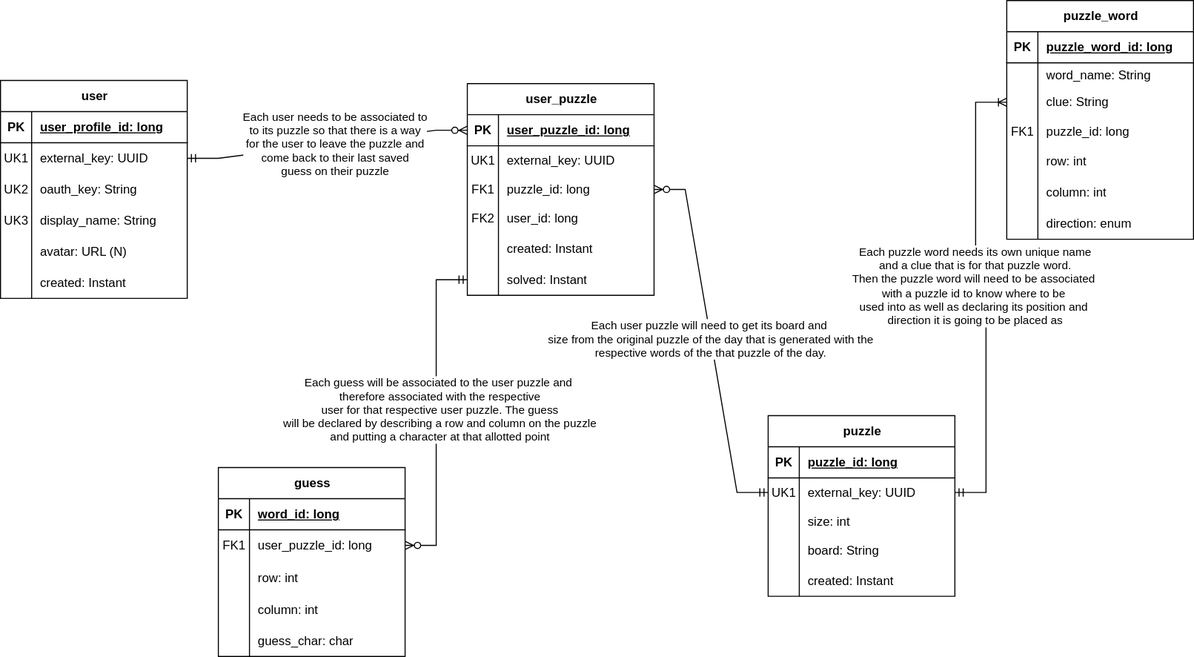
Earlier version of the draw.io export docs/img/CrossFyre-ERD.svg (ddc-java-21/crossfyre). Source tidied: cells renumbered, new cells last; positions are measured from the earlier drawing's top-left corner, leaving out a move shared by most shapes.
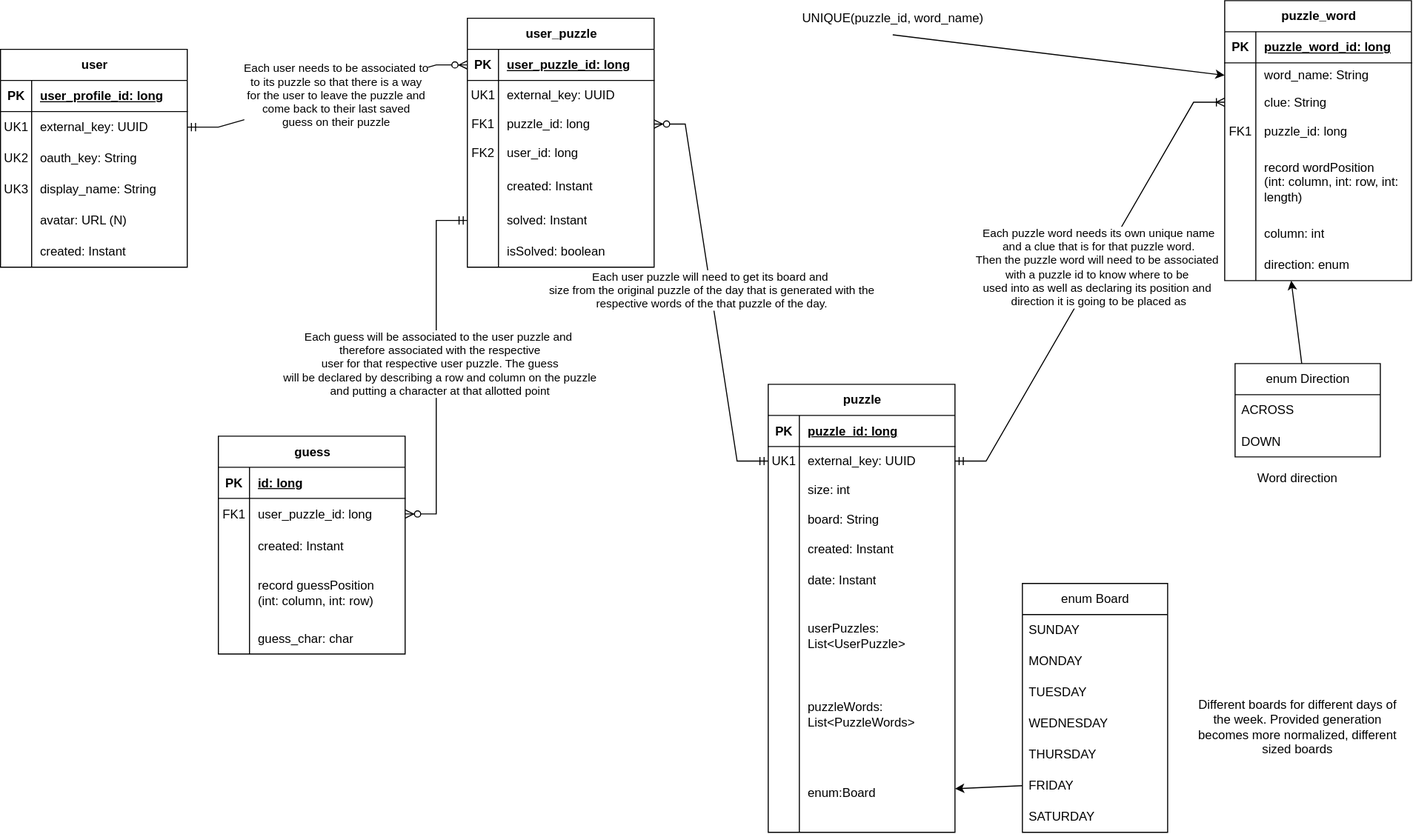
After the change.

Diff of the diagram source:
```diff
@@ -60,7 +60,7 @@
       <mxGeometry x="30" width="150" height="30" as="geometry" />
     </mxCell>
     <mxCell id="21" value="user_puzzle" style="shape=table;startSize=30;rowLines=0;fontStyle=1;align=center;html=1;" parent="1" vertex="1">
-      <mxGeometry x="450" y="80" width="180" height="204" as="geometry" />
+      <mxGeometry x="450" y="47" width="180" height="240" as="geometry" />
     </mxCell>
     <mxCell id="22" style="shape=tableRow;horizontal=0;startSize=0;swimlaneHead=0;swimlaneBody=0;fillColor=none;points=[[0,0.5],[1,0.5]];portConstraint=eastwest;top=0;left=0;right=0;bottom=1;" parent="21" vertex="1">
       <mxGeometry y="30" width="180" height="30" as="geometry" />
@@ -99,16 +99,16 @@
       <mxGeometry x="30" width="150" height="28" as="geometry" />
     </mxCell>
     <mxCell id="34" style="shape=tableRow;horizontal=0;startSize=0;swimlaneHead=0;swimlaneBody=0;fillColor=none;top=0;left=0;right=0;bottom=0;" parent="21" vertex="1">
-      <mxGeometry y="144" width="180" height="30" as="geometry" />
+      <mxGeometry y="144" width="180" height="36" as="geometry" />
     </mxCell>
     <mxCell id="35" style="shape=partialRectangle;fillColor=none;top=0;left=0;bottom=0;right=0;overflow=hidden;whiteSpace=wrap;html=1;" parent="34" vertex="1">
-      <mxGeometry width="30" height="30" as="geometry" />
+      <mxGeometry width="30" height="36" as="geometry" />
     </mxCell>
     <mxCell id="36" value="created: Instant" style="shape=partialRectangle;fillColor=none;top=0;left=0;bottom=0;right=0;align=left;spacingLeft=6;overflow=hidden;whiteSpace=wrap;html=1;" parent="34" vertex="1">
-      <mxGeometry x="30" width="150" height="30" as="geometry" />
+      <mxGeometry x="30" width="150" height="36" as="geometry" />
     </mxCell>
     <mxCell id="37" style="shape=tableRow;horizontal=0;startSize=0;swimlaneHead=0;swimlaneBody=0;fillColor=none;points=[[0,0.5],[1,0.5]];portConstraint=eastwest;top=0;left=0;right=0;bottom=0;" parent="21" vertex="1">
-      <mxGeometry y="174" width="180" height="30" as="geometry" />
+      <mxGeometry y="180" width="180" height="30" as="geometry" />
     </mxCell>
     <mxCell id="38" style="shape=partialRectangle;fillColor=none;top=0;left=0;bottom=0;right=0;overflow=hidden;whiteSpace=wrap;html=1;" parent="37" vertex="1">
       <mxGeometry width="30" height="30" as="geometry" />
@@ -116,8 +116,17 @@
     <mxCell id="39" value="solved: Instant" style="shape=partialRectangle;fillColor=none;top=0;left=0;bottom=0;right=0;align=left;spacingLeft=6;overflow=hidden;whiteSpace=wrap;html=1;" parent="37" vertex="1">
       <mxGeometry x="30" width="150" height="30" as="geometry" />
     </mxCell>
+    <mxCell id="102" style="shape=tableRow;horizontal=0;startSize=0;swimlaneHead=0;swimlaneBody=0;fillColor=none;top=0;left=0;right=0;bottom=0;" parent="21" vertex="1">
+      <mxGeometry y="210" width="180" height="30" as="geometry" />
+    </mxCell>
+    <mxCell id="103" style="shape=partialRectangle;fillColor=none;top=0;left=0;bottom=0;right=0;overflow=hidden;whiteSpace=wrap;html=1;" parent="102" vertex="1">
+      <mxGeometry width="30" height="30" as="geometry" />
+    </mxCell>
+    <mxCell id="104" value="isSolved: boolean" style="shape=partialRectangle;fillColor=none;top=0;left=0;bottom=0;right=0;align=left;spacingLeft=6;overflow=hidden;whiteSpace=wrap;html=1;" parent="102" vertex="1">
+      <mxGeometry x="30" width="150" height="30" as="geometry" />
+    </mxCell>
     <mxCell id="40" value="guess" style="shape=table;startSize=30;rowLines=0;fontStyle=1;align=center;html=1;" parent="1" vertex="1">
-      <mxGeometry x="210" y="450" width="180" height="182" as="geometry" />
+      <mxGeometry x="210" y="450" width="180" height="210" as="geometry" />
     </mxCell>
     <mxCell id="41" style="shape=tableRow;horizontal=0;startSize=0;swimlaneHead=0;swimlaneBody=0;fillColor=none;top=0;left=0;right=0;bottom=1;" parent="40" vertex="1">
       <mxGeometry y="30" width="180" height="30" as="geometry" />
@@ -125,7 +134,7 @@
     <mxCell id="42" value="PK" style="shape=partialRectangle;fillColor=none;top=0;left=0;bottom=0;right=0;fontStyle=1;overflow=hidden;whiteSpace=wrap;html=1;" parent="41" vertex="1">
       <mxGeometry width="30" height="30" as="geometry" />
     </mxCell>
-    <mxCell id="43" value="word_id: long" style="shape=partialRectangle;fillColor=none;top=0;left=0;bottom=0;right=0;align=left;spacingLeft=6;fontStyle=5;overflow=hidden;whiteSpace=wrap;html=1;" parent="41" vertex="1">
+    <mxCell id="43" value="id: long" style="shape=partialRectangle;fillColor=none;top=0;left=0;bottom=0;right=0;align=left;spacingLeft=6;fontStyle=5;overflow=hidden;whiteSpace=wrap;html=1;" parent="41" vertex="1">
       <mxGeometry x="30" width="150" height="30" as="geometry" />
     </mxCell>
     <mxCell id="44" style="shape=tableRow;horizontal=0;startSize=0;swimlaneHead=0;swimlaneBody=0;fillColor=none;points=[[0,0.5],[1,0.5]];portConstraint=eastwest;top=0;left=0;right=0;bottom=0;" parent="40" vertex="1">
@@ -143,20 +152,20 @@
     <mxCell id="48" style="shape=partialRectangle;fillColor=none;top=0;left=0;bottom=0;right=0;overflow=hidden;whiteSpace=wrap;html=1;" parent="47" vertex="1">
       <mxGeometry width="30" height="32" as="geometry" />
     </mxCell>
-    <mxCell id="49" value="row: int" style="shape=partialRectangle;fillColor=none;top=0;left=0;bottom=0;right=0;align=left;spacingLeft=6;overflow=hidden;whiteSpace=wrap;html=1;" parent="47" vertex="1">
+    <mxCell id="49" value="created: Instant" style="shape=partialRectangle;fillColor=none;top=0;left=0;bottom=0;right=0;align=left;spacingLeft=6;overflow=hidden;whiteSpace=wrap;html=1;" parent="47" vertex="1">
       <mxGeometry x="30" width="150" height="32" as="geometry" />
     </mxCell>
     <mxCell id="50" style="shape=tableRow;horizontal=0;startSize=0;swimlaneHead=0;swimlaneBody=0;fillColor=none;top=0;left=0;right=0;bottom=0;" parent="40" vertex="1">
-      <mxGeometry y="122" width="180" height="30" as="geometry" />
+      <mxGeometry y="122" width="180" height="58" as="geometry" />
     </mxCell>
     <mxCell id="51" style="shape=partialRectangle;fillColor=none;top=0;left=0;bottom=0;right=0;overflow=hidden;whiteSpace=wrap;html=1;" parent="50" vertex="1">
-      <mxGeometry width="30" height="30" as="geometry" />
+      <mxGeometry width="30" height="58" as="geometry" />
     </mxCell>
-    <mxCell id="52" value="column: int" style="shape=partialRectangle;fillColor=none;top=0;left=0;bottom=0;right=0;align=left;spacingLeft=6;overflow=hidden;whiteSpace=wrap;html=1;" parent="50" vertex="1">
-      <mxGeometry x="30" width="150" height="30" as="geometry" />
+    <mxCell id="52" value="record guessPosition&amp;nbsp;&lt;div&gt;(int: column, int: row)&lt;/div&gt;" style="shape=partialRectangle;fillColor=none;top=0;left=0;bottom=0;right=0;align=left;spacingLeft=6;overflow=hidden;whiteSpace=wrap;html=1;" parent="50" vertex="1">
+      <mxGeometry x="30" width="150" height="58" as="geometry" />
     </mxCell>
     <mxCell id="53" style="shape=tableRow;horizontal=0;startSize=0;swimlaneHead=0;swimlaneBody=0;fillColor=none;top=0;left=0;right=0;bottom=0;" parent="40" vertex="1">
-      <mxGeometry y="152" width="180" height="30" as="geometry" />
+      <mxGeometry y="180" width="180" height="30" as="geometry" />
     </mxCell>
     <mxCell id="54" style="shape=partialRectangle;fillColor=none;top=0;left=0;bottom=0;right=0;overflow=hidden;whiteSpace=wrap;html=1;" parent="53" vertex="1">
       <mxGeometry width="30" height="30" as="geometry" />
@@ -165,7 +174,7 @@
       <mxGeometry x="30" width="150" height="30" as="geometry" />
     </mxCell>
     <mxCell id="56" value="puzzle" style="shape=table;startSize=30;rowLines=0;fontStyle=1;align=center;html=1;" parent="1" vertex="1">
-      <mxGeometry x="740" y="400" width="180" height="174" as="geometry" />
+      <mxGeometry x="740" y="400" width="180" height="432" as="geometry" />
     </mxCell>
     <mxCell id="57" style="shape=tableRow;horizontal=0;startSize=0;swimlaneHead=0;swimlaneBody=0;fillColor=none;top=0;left=0;right=0;bottom=1;" parent="56" vertex="1">
       <mxGeometry y="30" width="180" height="30" as="geometry" />
@@ -212,8 +221,44 @@
     <mxCell id="71" value="created: Instant" style="shape=partialRectangle;fillColor=none;top=0;left=0;bottom=0;right=0;align=left;spacingLeft=6;overflow=hidden;whiteSpace=wrap;html=1;" parent="69" vertex="1">
       <mxGeometry x="30" width="150" height="30" as="geometry" />
     </mxCell>
+    <mxCell id="105" style="shape=tableRow;horizontal=0;startSize=0;swimlaneHead=0;swimlaneBody=0;fillColor=none;top=0;left=0;right=0;bottom=0;" parent="56" vertex="1">
+      <mxGeometry y="174" width="180" height="30" as="geometry" />
+    </mxCell>
+    <mxCell id="106" style="shape=partialRectangle;fillColor=none;top=0;left=0;bottom=0;right=0;overflow=hidden;whiteSpace=wrap;html=1;" parent="105" vertex="1">
+      <mxGeometry width="30" height="30" as="geometry" />
+    </mxCell>
+    <mxCell id="107" value="date: Instant" style="shape=partialRectangle;fillColor=none;top=0;left=0;bottom=0;right=0;align=left;spacingLeft=6;overflow=hidden;whiteSpace=wrap;html=1;" parent="105" vertex="1">
+      <mxGeometry x="30" width="150" height="30" as="geometry" />
+    </mxCell>
+    <mxCell id="108" style="shape=tableRow;horizontal=0;startSize=0;swimlaneHead=0;swimlaneBody=0;fillColor=none;top=0;left=0;right=0;bottom=0;" parent="56" vertex="1">
+      <mxGeometry y="204" width="180" height="76" as="geometry" />
+    </mxCell>
+    <mxCell id="109" style="shape=partialRectangle;fillColor=none;top=0;left=0;bottom=0;right=0;overflow=hidden;whiteSpace=wrap;html=1;" parent="108" vertex="1">
+      <mxGeometry width="30" height="76" as="geometry" />
+    </mxCell>
+    <mxCell id="110" value="userPuzzles: List&amp;lt;UserPuzzle&amp;gt;" style="shape=partialRectangle;fillColor=none;top=0;left=0;bottom=0;right=0;align=left;spacingLeft=6;overflow=hidden;whiteSpace=wrap;html=1;" parent="108" vertex="1">
+      <mxGeometry x="30" width="150" height="76" as="geometry" />
+    </mxCell>
+    <mxCell id="111" style="shape=tableRow;horizontal=0;startSize=0;swimlaneHead=0;swimlaneBody=0;fillColor=none;top=0;left=0;right=0;bottom=0;" parent="56" vertex="1">
+      <mxGeometry y="280" width="180" height="76" as="geometry" />
+    </mxCell>
+    <mxCell id="112" style="shape=partialRectangle;fillColor=none;top=0;left=0;bottom=0;right=0;overflow=hidden;whiteSpace=wrap;html=1;" parent="111" vertex="1">
+      <mxGeometry width="30" height="76" as="geometry" />
+    </mxCell>
+    <mxCell id="113" value="puzzleWords: List&amp;lt;PuzzleWords&amp;gt;" style="shape=partialRectangle;fillColor=none;top=0;left=0;bottom=0;right=0;align=left;spacingLeft=6;overflow=hidden;whiteSpace=wrap;html=1;" parent="111" vertex="1">
+      <mxGeometry x="30" width="150" height="76" as="geometry" />
+    </mxCell>
+    <mxCell id="114" style="shape=tableRow;horizontal=0;startSize=0;swimlaneHead=0;swimlaneBody=0;fillColor=none;points=[[0,0.5],[1,0.5]];portConstraint=eastwest;top=0;left=0;right=0;bottom=0;" parent="56" vertex="1">
+      <mxGeometry y="356" width="180" height="76" as="geometry" />
+    </mxCell>
+    <mxCell id="115" style="shape=partialRectangle;fillColor=none;top=0;left=0;bottom=0;right=0;overflow=hidden;whiteSpace=wrap;html=1;" parent="114" vertex="1">
+      <mxGeometry width="30" height="76" as="geometry" />
+    </mxCell>
+    <mxCell id="116" value="enum:Board" style="shape=partialRectangle;fillColor=none;top=0;left=0;bottom=0;right=0;align=left;spacingLeft=6;overflow=hidden;whiteSpace=wrap;html=1;" parent="114" vertex="1">
+      <mxGeometry x="30" width="150" height="76" as="geometry" />
+    </mxCell>
     <mxCell id="72" value="puzzle_word" style="shape=table;startSize=30;rowLines=0;fontStyle=1;align=center;html=1;" parent="1" vertex="1">
-      <mxGeometry x="970" width="180" height="230" as="geometry" />
+      <mxGeometry x="1180" y="30" width="180" height="270" as="geometry" />
     </mxCell>
     <mxCell id="73" style="shape=tableRow;horizontal=0;startSize=0;swimlaneHead=0;swimlaneBody=0;fillColor=none;top=0;left=0;right=0;bottom=1;" parent="72" vertex="1">
       <mxGeometry y="30" width="180" height="30" as="geometry" />
@@ -252,16 +297,16 @@
       <mxGeometry x="30" width="150" height="28" as="geometry" />
     </mxCell>
     <mxCell id="85" style="shape=tableRow;horizontal=0;startSize=0;swimlaneHead=0;swimlaneBody=0;fillColor=none;top=0;left=0;right=0;bottom=0;" parent="72" vertex="1">
-      <mxGeometry y="140" width="180" height="30" as="geometry" />
+      <mxGeometry y="140" width="180" height="70" as="geometry" />
     </mxCell>
     <mxCell id="86" style="shape=partialRectangle;fillColor=none;top=0;left=0;bottom=0;right=0;overflow=hidden;whiteSpace=wrap;html=1;" parent="85" vertex="1">
-      <mxGeometry width="30" height="30" as="geometry" />
+      <mxGeometry width="30" height="70" as="geometry" />
     </mxCell>
-    <mxCell id="87" value="row: int" style="shape=partialRectangle;fillColor=none;top=0;left=0;bottom=0;right=0;align=left;spacingLeft=6;overflow=hidden;whiteSpace=wrap;html=1;" parent="85" vertex="1">
-      <mxGeometry x="30" width="150" height="30" as="geometry" />
+    <mxCell id="87" value="record wordPosition&amp;nbsp;&lt;div&gt;(int: column, int: row, int: length)&lt;/div&gt;" style="shape=partialRectangle;fillColor=none;top=0;left=0;bottom=0;right=0;align=left;spacingLeft=6;overflow=hidden;whiteSpace=wrap;html=1;" parent="85" vertex="1">
+      <mxGeometry x="30" width="150" height="70" as="geometry" />
     </mxCell>
     <mxCell id="88" style="shape=tableRow;horizontal=0;startSize=0;swimlaneHead=0;swimlaneBody=0;fillColor=none;top=0;left=0;right=0;bottom=0;" parent="72" vertex="1">
-      <mxGeometry y="170" width="180" height="30" as="geometry" />
+      <mxGeometry y="210" width="180" height="30" as="geometry" />
     </mxCell>
     <mxCell id="89" style="shape=partialRectangle;fillColor=none;top=0;left=0;bottom=0;right=0;overflow=hidden;whiteSpace=wrap;html=1;" parent="88" vertex="1">
       <mxGeometry width="30" height="30" as="geometry" />
@@ -270,7 +315,7 @@
       <mxGeometry x="30" width="150" height="30" as="geometry" />
     </mxCell>
     <mxCell id="91" style="shape=tableRow;horizontal=0;startSize=0;swimlaneHead=0;swimlaneBody=0;fillColor=none;points=[[0,0.5],[1,0.5]];portConstraint=eastwest;top=0;left=0;right=0;bottom=0;" parent="72" vertex="1">
-      <mxGeometry y="200" width="180" height="30" as="geometry" />
+      <mxGeometry y="240" width="180" height="30" as="geometry" />
     </mxCell>
     <mxCell id="92" style="shape=partialRectangle;fillColor=none;top=0;left=0;bottom=0;right=0;overflow=hidden;whiteSpace=wrap;html=1;" parent="91" vertex="1">
       <mxGeometry width="30" height="30" as="geometry" />
@@ -314,5 +359,56 @@
     <mxCell id="101" value="Each user puzzle will need to get its board and&amp;nbsp;&lt;br&gt;size from the original puzzle of the day that is generated with the&lt;div&gt;respective words of the that puzzle of the day.&lt;/div&gt;" style="edgeLabel;html=1;align=center;verticalAlign=middle;" parent="100" vertex="1">
       <mxGeometry x="0.02" y="1" relative="1" as="geometry" />
     </mxCell>
+    <mxCell id="117" value="UNIQUE(puzzle_id, word_name)" style="text;html=1;align=center;verticalAlign=middle;whiteSpace=wrap;rounded=0;" parent="1" vertex="1">
+      <mxGeometry x="770" y="30" width="180" height="33" as="geometry" />
+    </mxCell>
+    <mxCell id="118" style="endArrow=classic;html=1;rounded=0;exitX=0.5;exitY=1;exitDx=0;exitDy=0;entryX=0;entryY=0.5;entryDx=0;entryDy=0;" parent="1" edge="1" source="117" target="76">
+      <mxGeometry relative="1" as="geometry" />
+    </mxCell>
+    <mxCell id="119" style="endArrow=classic;html=1;rounded=0;entryX=0.356;entryY=1;entryDx=0;entryDy=0;entryPerimeter=0;" parent="1" edge="1" source="120" target="91">
+      <mxGeometry relative="1" as="geometry" />
+    </mxCell>
+    <mxCell id="120" value="enum Direction" style="swimlane;fontStyle=0;horizontal=1;startSize=30;whiteSpace=wrap;html=1;" parent="1" vertex="1">
+      <mxGeometry x="1190" y="380" width="140" height="90" as="geometry" />
+    </mxCell>
+    <mxCell id="121" value="ACROSS" style="text;strokeColor=none;fillColor=none;align=left;verticalAlign=middle;spacingLeft=4;spacingRight=4;overflow=hidden;whiteSpace=wrap;html=1;" parent="120" vertex="1">
+      <mxGeometry y="30" width="140" height="30" as="geometry" />
+    </mxCell>
+    <mxCell id="122" value="DOWN" style="text;strokeColor=none;fillColor=none;align=left;verticalAlign=middle;spacingLeft=4;spacingRight=4;overflow=hidden;whiteSpace=wrap;html=1;" parent="120" vertex="1">
+      <mxGeometry y="60" width="140" height="30" as="geometry" />
+    </mxCell>
+    <mxCell id="123" value="enum Board" style="swimlane;fontStyle=0;horizontal=1;startSize=30;whiteSpace=wrap;html=1;" parent="1" vertex="1">
+      <mxGeometry x="985" y="592" width="140" height="240" as="geometry" />
+    </mxCell>
+    <mxCell id="124" value="SUNDAY" style="text;strokeColor=none;fillColor=none;align=left;verticalAlign=middle;spacingLeft=4;spacingRight=4;overflow=hidden;whiteSpace=wrap;html=1;" parent="123" vertex="1">
+      <mxGeometry y="30" width="140" height="30" as="geometry" />
+    </mxCell>
+    <mxCell id="125" value="MONDAY" style="text;strokeColor=none;fillColor=none;align=left;verticalAlign=middle;spacingLeft=4;spacingRight=4;overflow=hidden;whiteSpace=wrap;html=1;" parent="123" vertex="1">
+      <mxGeometry y="60" width="140" height="30" as="geometry" />
+    </mxCell>
+    <mxCell id="126" value="TUESDAY" style="text;strokeColor=none;fillColor=none;align=left;verticalAlign=middle;spacingLeft=4;spacingRight=4;overflow=hidden;whiteSpace=wrap;html=1;" parent="123" vertex="1">
+      <mxGeometry y="90" width="140" height="30" as="geometry" />
+    </mxCell>
+    <mxCell id="127" value="WEDNESDAY" style="text;strokeColor=none;fillColor=none;align=left;verticalAlign=middle;spacingLeft=4;spacingRight=4;overflow=hidden;whiteSpace=wrap;html=1;" parent="123" vertex="1">
+      <mxGeometry y="120" width="140" height="30" as="geometry" />
+    </mxCell>
+    <mxCell id="128" value="THURSDAY" style="text;strokeColor=none;fillColor=none;align=left;verticalAlign=middle;spacingLeft=4;spacingRight=4;overflow=hidden;whiteSpace=wrap;html=1;" parent="123" vertex="1">
+      <mxGeometry y="150" width="140" height="30" as="geometry" />
+    </mxCell>
+    <mxCell id="129" value="FRIDAY" style="text;strokeColor=none;fillColor=none;align=left;verticalAlign=middle;spacingLeft=4;spacingRight=4;overflow=hidden;points=[[0,0.5],[1,0.5]];portConstraint=eastwest;whiteSpace=wrap;html=1;" parent="123" vertex="1">
+      <mxGeometry y="180" width="140" height="30" as="geometry" />
+    </mxCell>
+    <mxCell id="130" value="SATURDAY" style="text;strokeColor=none;fillColor=none;align=left;verticalAlign=middle;spacingLeft=4;spacingRight=4;overflow=hidden;whiteSpace=wrap;html=1;" parent="123" vertex="1">
+      <mxGeometry y="210" width="140" height="30" as="geometry" />
+    </mxCell>
+    <mxCell id="131" style="endArrow=classic;html=1;rounded=0;exitX=0;exitY=0.5;exitDx=0;exitDy=0;" parent="1" edge="1" source="129" target="114">
+      <mxGeometry relative="1" as="geometry" />
+    </mxCell>
+    <mxCell id="132" value="Different boards for different days of the week. Provided generation becomes more normalized, different sized boards" style="text;html=1;align=center;verticalAlign=middle;whiteSpace=wrap;rounded=0;" parent="1" vertex="1">
+      <mxGeometry x="1150" y="670" width="200" height="120" as="geometry" />
+    </mxCell>
+    <mxCell id="133" value="Word direction" style="text;html=1;align=center;verticalAlign=middle;whiteSpace=wrap;rounded=0;" parent="1" vertex="1">
+      <mxGeometry x="1150" y="430" width="200" height="120" as="geometry" />
+    </mxCell>
   </root>
 </mxGraphModel>
```
